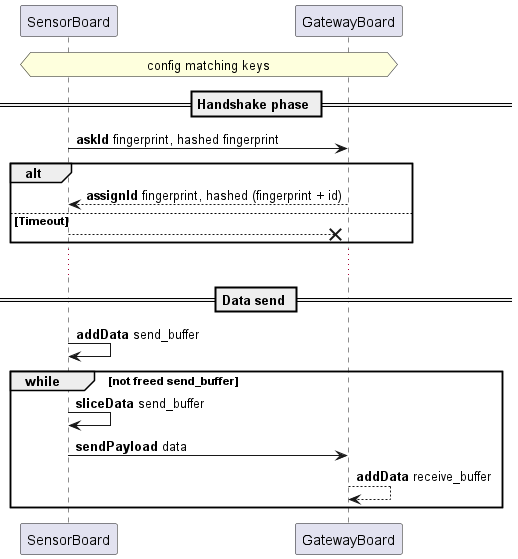
This is doc/diagrams/link-layer-protocol-sequence.png from MisterPeModder/SensorSensei, a PlantUML export, as it was before one commit. The source it was exported from:
```plantuml
@startuml link-layer-protocol-sequence



participant SensorBoard as S
participant GatewayBoard as G

hnote over S, G : config matching keys

== Handshake phase ==
S -> G : <b>askId</b> fingerprint, hashed fingerprint
alt
S <-- G : <b>assignId</b> fingerprint, hashed (fingerprint + id)
else Timeout
S --X G
end

...

== Data send ==

S -> S : <b>addData</b> send_buffer

group while [not freed send_buffer]
S -> S : <b>sliceData</b> send_buffer

S -> G : <b>sendPayload</b> data
G --> G : <b>addData</b> receive_buffer
end
@enduml
```
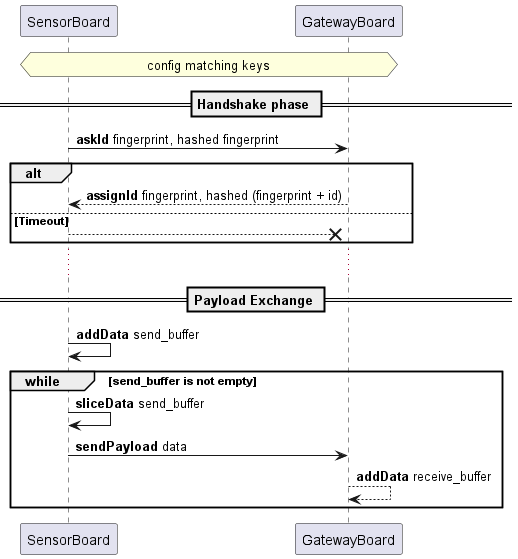
After the commit.

Diff of the diagram source:
```diff
@@ -1,4 +1,4 @@
-@startuml link-layer-protocol-sequence
+@startuml IoT902-SeqDiag-ProtoPhy
 
 
 
@@ -17,11 +17,11 @@
 
 ...
 
-== Data send ==
+== Payload Exchange ==
 
 S -> S : <b>addData</b> send_buffer
 
-group while [not freed send_buffer]
+group while [send_buffer is not empty]
 S -> S : <b>sliceData</b> send_buffer
 
 S -> G : <b>sendPayload</b> data
```
